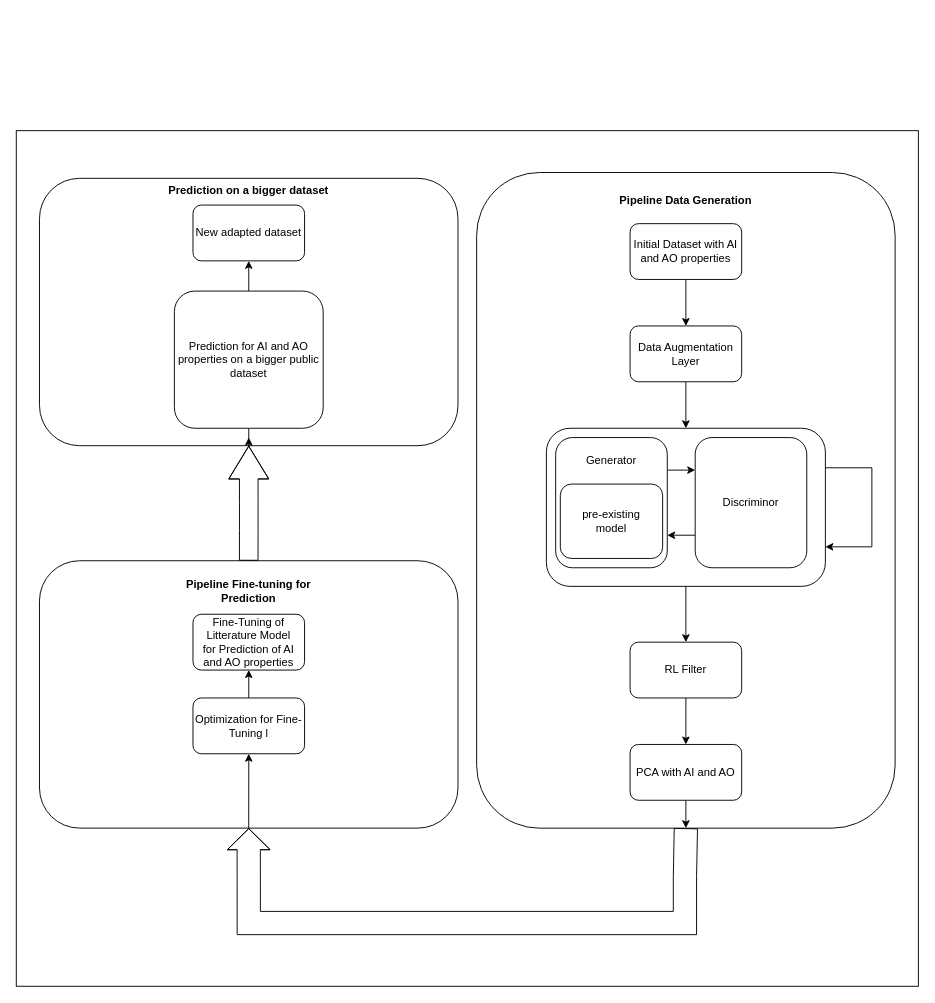
This is Images/Combined ML Techniques.drawio from qvelard/BiomolGeneration, a draw.io file, before an edit. Source tidied: cells renumbered, new cells numbered last; positions are measured from the earlier drawing's top-left corner, leaving out a move shared by most shapes. Both pictures are drawn from the tidied source at 93%, with x=0, y=0 at pixel (16, 102).
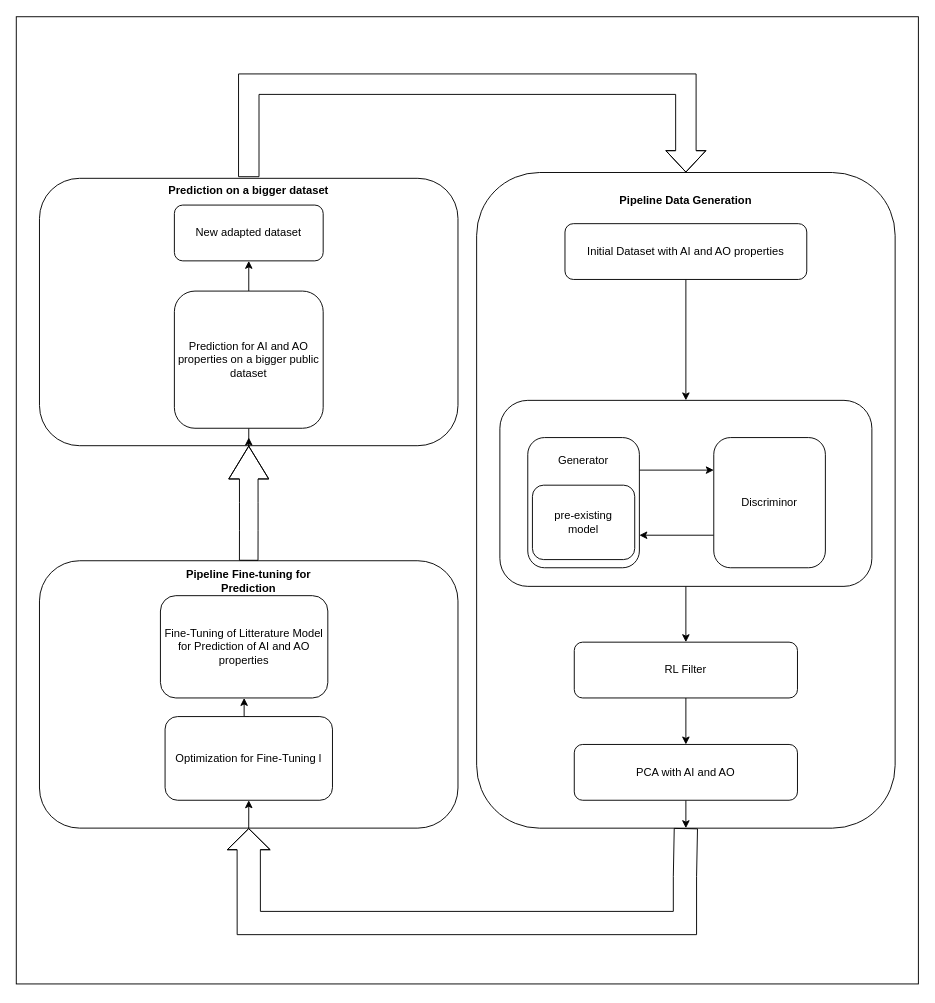
Above is the later version.

The change refers to these unchanged cells:
```xml
<mxCell id="3" style="rounded=1;whiteSpace=wrap;html=1;fillColor=#FFFFFF;rotation=90;" parent="1" vertex="1">
  <mxGeometry x="367.5" y="202.5" width="705" height="450" as="geometry" />
</mxCell>
<mxCell id="33" value="&lt;b&gt;Prediction on a bigger dataset&lt;/b&gt;" style="text;html=1;align=center;verticalAlign=middle;whiteSpace=wrap;rounded=0;" parent="1" vertex="1">
  <mxGeometry x="160" y="80" width="180" height="30" as="geometry" />
</mxCell>
```

Diff of the diagram source:
```diff
@@
     <mxCell id="2" style="whiteSpace=wrap;html=2;fillColor=#FFFFFF;" parent="1" vertex="1">
-      <mxGeometry y="30" width="970" height="920" as="geometry" />
+      <mxGeometry y="-92.5" width="970" height="1040" as="geometry" />
     </mxCell>
@@
-    <mxCell id="4" style="edgeStyle=orthogonalEdgeStyle;rounded=0;jettySize=auto;html=1;exitX=0.5;exitY=1;exitDx=0;exitDy=0;" parent="1" edge="1" source="5" target="7">
-      <mxGeometry relative="1" as="geometry" />
-    </mxCell>
+    <mxCell id="37" style="edgeStyle=orthogonalEdgeStyle;rounded=0;jettySize=auto;html=1;exitX=0.5;exitY=1;exitDx=0;exitDy=0;entryX=0.5;entryY=0;entryDx=0;entryDy=0;" parent="1" edge="1" source="5" target="9">
+      <mxGeometry relative="1" as="geometry" />
+    </mxCell>
     <mxCell id="5" value="Initial Dataset with AI and AO properties" style="rounded=1;whiteSpace=wrap;html=1;" parent="1" vertex="1">
-      <mxGeometry x="660" y="130" width="120" height="60" as="geometry" />
+      <mxGeometry x="590" y="130" width="260" height="60" as="geometry" />
     </mxCell>
-    <mxCell id="6" style="edgeStyle=orthogonalEdgeStyle;rounded=0;jettySize=auto;html=1;exitX=0.5;exitY=1;exitDx=0;exitDy=0;" parent="1" edge="1" source="7" target="9">
-      <mxGeometry relative="1" as="geometry" />
-    </mxCell>
-    <mxCell id="7" value="Data Augmentation Layer" style="rounded=1;whiteSpace=wrap;html=1;" parent="1" vertex="1">
-      <mxGeometry x="660" y="240" width="120" height="60" as="geometry" />
-    </mxCell>
@@
     <mxCell id="9" style="rounded=1;whiteSpace=wrap;html=1;" parent="1" vertex="1">
-      <mxGeometry x="570" y="350" width="300" height="170" as="geometry" />
+      <mxGeometry x="520" y="320" width="400" height="200" as="geometry" />
     </mxCell>
@@
     <mxCell id="12" value="&lt;b class=&quot;custom-cursor-default-hover&quot;&gt;Pipeline Fine-tuning for Prediction&lt;/b&gt;" style="text;html=1;align=center;verticalAlign=middle;whiteSpace=wrap;rounded=0;" parent="1" vertex="1">
-      <mxGeometry x="160" y="510" width="180" height="30" as="geometry" />
+      <mxGeometry x="160" y="500" width="180" height="30" as="geometry" />
     </mxCell>
@@
     <mxCell id="14" value="PCA with AI and AO" style="rounded=1;whiteSpace=wrap;html=1;" parent="1" vertex="1">
-      <mxGeometry x="660" y="690" width="120" height="60" as="geometry" />
+      <mxGeometry x="600" y="690" width="240" height="60" as="geometry" />
     </mxCell>
@@
     <mxCell id="16" style="rounded=1;whiteSpace=wrap;html=1;" parent="1" vertex="1">
-      <mxGeometry x="580" y="360" width="120" height="140" as="geometry" />
+      <mxGeometry x="550" y="360" width="120" height="140" as="geometry" />
     </mxCell>
@@
     <mxCell id="18" value="Discriminor" style="rounded=1;whiteSpace=wrap;html=1;" parent="1" vertex="1">
-      <mxGeometry x="730" y="360" width="120" height="140" as="geometry" />
+      <mxGeometry x="750" y="360" width="120" height="140" as="geometry" />
     </mxCell>
-    <mxCell id="19" style="edgeStyle=orthogonalEdgeStyle;rounded=0;orthogonalLoop=1;jettySize=auto;html=1;exitX=1;exitY=0.25;exitDx=0;exitDy=0;entryX=1;entryY=0.75;entryDx=0;entryDy=0;" parent="1" edge="1" source="9" target="9">
-      <mxGeometry relative="1" as="geometry">
-        <Array as="points">
-          <mxPoint x="920" y="393" />
-          <mxPoint x="920" y="478" />
-        </Array>
-      </mxGeometry>
-    </mxCell>
@@
     <mxCell id="22" value="RL Filter" style="rounded=1;whiteSpace=wrap;html=1;" parent="1" vertex="1">
-      <mxGeometry x="660" y="580" width="120" height="60" as="geometry" />
+      <mxGeometry x="600" y="580" width="240" height="60" as="geometry" />
     </mxCell>
@@
     <mxCell id="24" value="Optimization for Fine-Tuning l" style="rounded=1;whiteSpace=wrap;html=1;" parent="1" vertex="1">
-      <mxGeometry x="190" y="640" width="120" height="60" as="geometry" />
+      <mxGeometry x="160" y="660" width="180" height="90" as="geometry" />
     </mxCell>
@@
     <mxCell id="26" value="Fine-Tuning of Litterature Model&lt;div class=&quot;custom-cursor-default-hover&quot;&gt;for Prediction of AI and AO properties&lt;/div&gt;" style="rounded=1;whiteSpace=wrap;html=1;" parent="1" vertex="1">
-      <mxGeometry x="190" y="550" width="120" height="60" as="geometry" />
+      <mxGeometry x="155" y="530" width="180" height="110" as="geometry" />
     </mxCell>
@@
     <mxCell id="34" value="New adapted dataset" style="rounded=1;whiteSpace=wrap;html=1;" parent="1" vertex="1">
-      <mxGeometry x="190" y="110" width="120" height="60" as="geometry" />
+      <mxGeometry x="170" y="110" width="160" height="60" as="geometry" />
     </mxCell>
     <mxCell id="35" value="pre-existing&lt;div class=&quot;custom-cursor-default-hover&quot;&gt;model&lt;/div&gt;" style="rounded=1;whiteSpace=wrap;html=1;" parent="1" vertex="1">
-      <mxGeometry x="585" y="410" width="110" height="80" as="geometry" />
+      <mxGeometry x="555" y="411.2" width="110" height="80" as="geometry" />
     </mxCell>
     <mxCell id="36" value="Generator" style="text;html=1;align=center;verticalAlign=middle;whiteSpace=wrap;rounded=0;" parent="1" vertex="1">
-      <mxGeometry x="610" y="370" width="60" height="30" as="geometry" />
+      <mxGeometry x="580" y="370" width="60" height="30" as="geometry" />
     </mxCell>
+    <mxCell id="38" style="shape=flexArrow;endArrow=classic;html=1;rounded=0;entryX=0;entryY=0.5;entryDx=0;entryDy=0;width=22;endSize=7.33;exitX=0.5;exitY=0;exitDx=0;exitDy=0;endWidth=20;" parent="1" edge="1" source="33" target="3">
+      <mxGeometry relative="1" as="geometry">
+        <Array as="points">
+          <mxPoint x="250" y="-20" />
+          <mxPoint x="720" y="-20" />
+        </Array>
+      </mxGeometry>
+    </mxCell>
```
